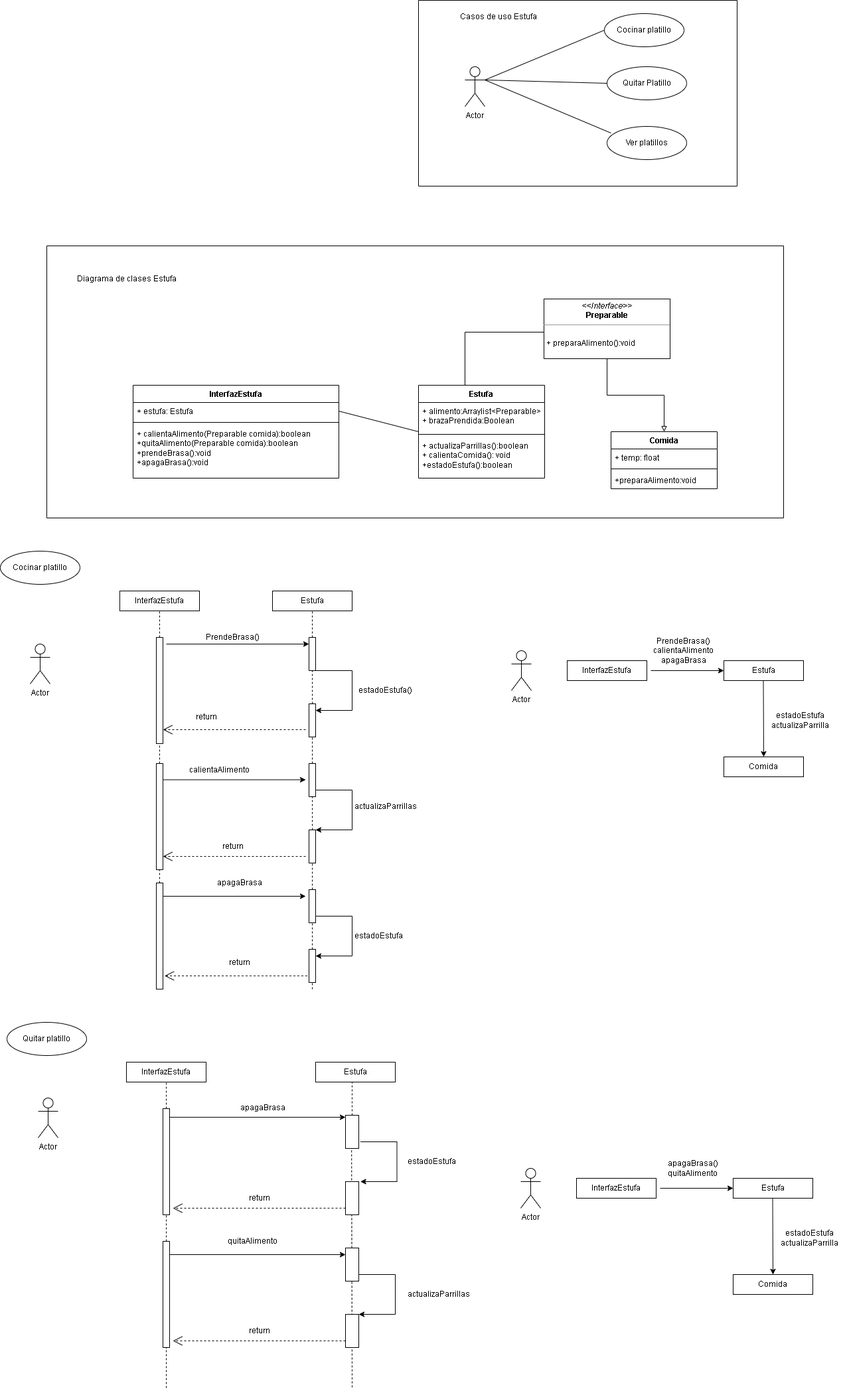
This is practica2/DiagramasEstufa.png from demian35/PracticasModelado, a draw.io export, as it was before one commit. Source tidied: cells renumbered, new cells last; positions are measured from the earlier drawing's top-left corner, leaving out a move shared by most shapes.
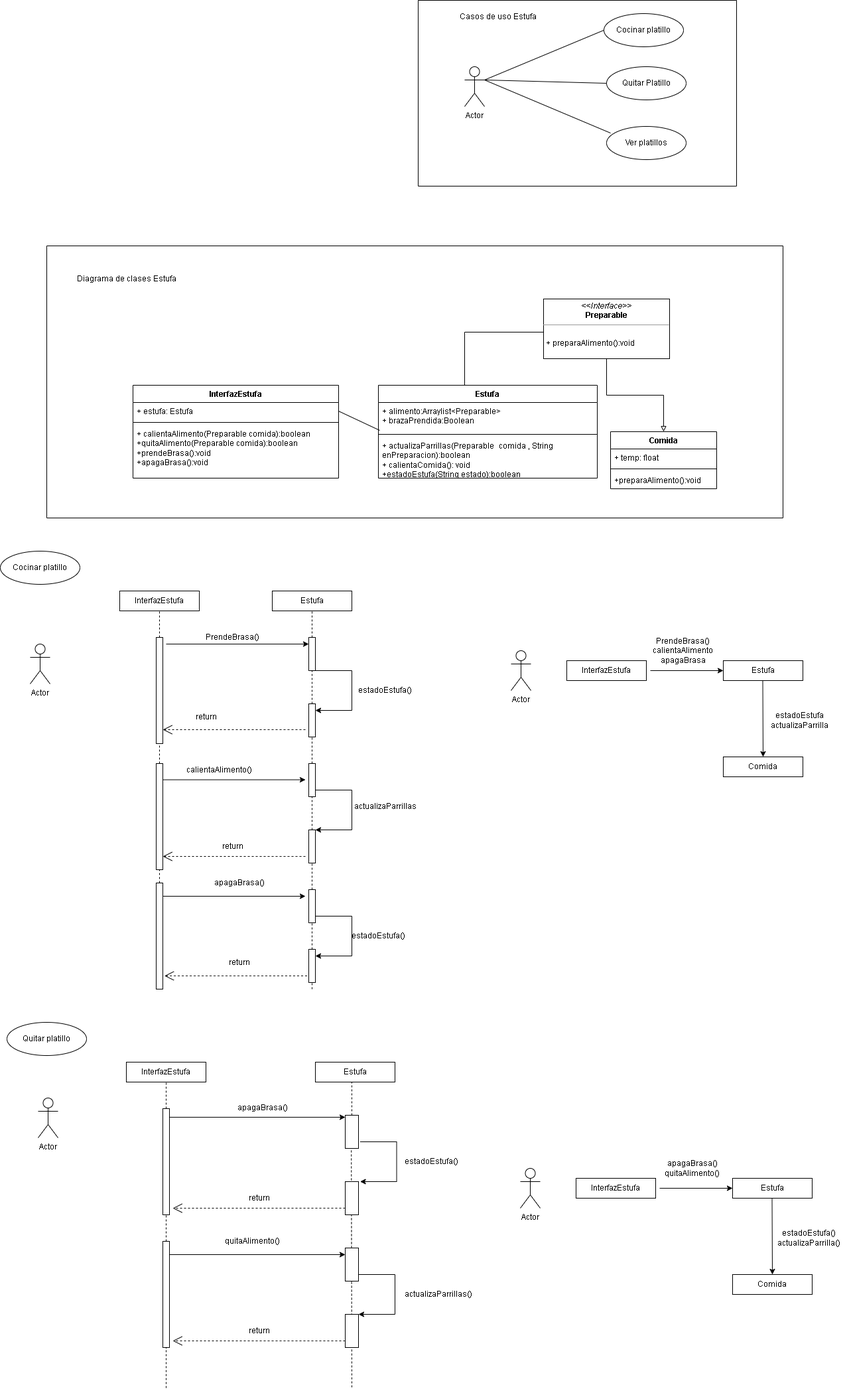
Later version of the same file.

Commit message:
diagramas uml de la estufa

Diff of the diagram source:
```diff
@@ -53,16 +53,16 @@
       </mxGeometry>
     </mxCell>
     <mxCell id="14" value="Estufa&lt;br&gt;" style="swimlane;fontStyle=1;align=center;verticalAlign=top;horizontal=1;startSize=26;whiteSpace=wrap;html=1;" parent="1" vertex="1">
-      <mxGeometry x="630" y="580" width="190" height="140" as="geometry" />
+      <mxGeometry x="570" y="580" width="330" height="140" as="geometry" />
     </mxCell>
     <mxCell id="15" value="+ alimento:Arraylist&amp;lt;Preparable&amp;gt;&lt;br&gt;+ brazaPrendida:Boolean" style="text;strokeColor=none;fillColor=none;align=left;verticalAlign=top;spacingLeft=4;spacingRight=4;overflow=hidden;points=[[0,0.5],[1,0.5]];portConstraint=eastwest;whiteSpace=wrap;html=1;" parent="14" vertex="1">
-      <mxGeometry y="26" width="190" height="44" as="geometry" />
+      <mxGeometry y="26" width="330" height="44" as="geometry" />
     </mxCell>
     <mxCell id="16" style="line;strokeWidth=1;fillColor=none;align=left;verticalAlign=middle;spacingTop=-1;spacingLeft=3;spacingRight=3;labelPosition=right;strokeColor=inherit;" parent="14" vertex="1">
-      <mxGeometry y="70" width="190" height="8" as="geometry" />
+      <mxGeometry y="70" width="330" height="8" as="geometry" />
     </mxCell>
-    <mxCell id="17" value="+ actualizaParrillas():boolean&lt;br&gt;+ calientaComida(): void&lt;br&gt;+estadoEstufa():boolean" style="text;strokeColor=none;fillColor=none;align=left;verticalAlign=top;spacingLeft=4;spacingRight=4;overflow=hidden;whiteSpace=wrap;html=1;" parent="14" vertex="1">
-      <mxGeometry y="78" width="190" height="62" as="geometry" />
+    <mxCell id="17" value="+ actualizaParrillas(Preparable&lt;span style=&quot;font-family: ui-monospace, SFMono-Regular, &amp;quot;SF Mono&amp;quot;, Menlo, Consolas, &amp;quot;Liberation Mono&amp;quot;, monospace;&quot;&gt; &lt;/span&gt;&lt;span style=&quot;box-sizing: border-box;&quot; class=&quot;pl-s1&quot;&gt;comida&lt;/span&gt; , &lt;span style=&quot;box-sizing: border-box;&quot; class=&quot;pl-smi&quot;&gt;String&lt;/span&gt; &lt;span style=&quot;box-sizing: border-box;&quot; class=&quot;pl-s1&quot;&gt;enPreparacion&lt;/span&gt;):boolean&lt;br&gt;+ calientaComida(): void&lt;br&gt;+estadoEstufa(String estado):boolean" style="text;strokeColor=none;fillColor=none;align=left;verticalAlign=top;spacingLeft=4;spacingRight=4;overflow=hidden;whiteSpace=wrap;html=1;" parent="14" vertex="1">
+      <mxGeometry y="78" width="330" height="62" as="geometry" />
     </mxCell>
     <mxCell id="18" value="Comida" style="swimlane;fontStyle=1;align=center;verticalAlign=top;horizontal=1;startSize=26;whiteSpace=wrap;html=1;" parent="1" vertex="1">
       <mxGeometry x="920" y="650" width="160" height="86" as="geometry" />
@@ -73,13 +73,11 @@
     <mxCell id="20" style="line;strokeWidth=1;fillColor=none;align=left;verticalAlign=middle;spacingTop=-1;spacingLeft=3;spacingRight=3;labelPosition=right;strokeColor=inherit;" parent="18" vertex="1">
       <mxGeometry y="52" width="160" height="8" as="geometry" />
     </mxCell>
-    <mxCell id="21" value="+preparaAlimento:void" style="text;strokeColor=none;fillColor=none;align=left;verticalAlign=top;spacingLeft=4;spacingRight=4;overflow=hidden;whiteSpace=wrap;html=1;" parent="18" vertex="1">
+    <mxCell id="21" value="+preparaAlimento():void" style="text;strokeColor=none;fillColor=none;align=left;verticalAlign=top;spacingLeft=4;spacingRight=4;overflow=hidden;whiteSpace=wrap;html=1;" parent="18" vertex="1">
       <mxGeometry y="60" width="160" height="26" as="geometry" />
     </mxCell>
-    <mxCell id="22" style="endArrow=none;html=1;rounded=0;exitX=1;exitY=0.5;exitDx=0;exitDy=0;" parent="1" edge="1" source="24">
-      <mxGeometry relative="1" as="geometry">
-        <mxPoint x="630" y="650" as="targetPoint" />
-      </mxGeometry>
+    <mxCell id="22" style="endArrow=none;html=1;rounded=0;exitX=1;exitY=0.5;exitDx=0;exitDy=0;entryX=0.006;entryY=0.955;entryDx=0;entryDy=0;entryPerimeter=0;" parent="1" edge="1" source="24" target="15">
+      <mxGeometry relative="1" as="geometry" />
     </mxCell>
     <mxCell id="23" value="InterfazEstufa" style="swimlane;fontStyle=1;align=center;verticalAlign=top;horizontal=1;startSize=26;whiteSpace=wrap;html=1;" parent="1" vertex="1">
       <mxGeometry x="200" y="580" width="310" height="140" as="geometry" />
@@ -186,8 +184,8 @@
         <mxPoint x="460" y="1174.5" as="targetPoint" />
       </mxGeometry>
     </mxCell>
-    <mxCell id="53" value="calientaAlimento" style="text;html=1;align=center;verticalAlign=middle;strokeColor=none;fillColor=none;" parent="1" vertex="1">
-      <mxGeometry x="275" y="1145" width="110" height="30" as="geometry" />
+    <mxCell id="53" value="calientaAlimento()" style="text;html=1;align=center;verticalAlign=middle;strokeColor=none;fillColor=none;" parent="1" vertex="1">
+      <mxGeometry x="270" y="1145" width="120" height="30" as="geometry" />
     </mxCell>
     <mxCell id="54" style="endArrow=open;endFill=1;endSize=12;html=1;rounded=0;dashed=1;" parent="1" edge="1">
       <mxGeometry relative="1" as="geometry">
@@ -239,8 +237,8 @@
         <mxPoint x="460" y="1350" as="targetPoint" />
       </mxGeometry>
     </mxCell>
-    <mxCell id="65" value="apagaBrasa" style="text;html=1;align=center;verticalAlign=middle;strokeColor=none;fillColor=none;" parent="1" vertex="1">
-      <mxGeometry x="315" y="1315" width="90" height="30" as="geometry" />
+    <mxCell id="65" value="apagaBrasa()" style="text;html=1;align=center;verticalAlign=middle;strokeColor=none;fillColor=none;" parent="1" vertex="1">
+      <mxGeometry x="310" y="1315" width="100" height="30" as="geometry" />
     </mxCell>
     <mxCell id="66" style="endArrow=open;endFill=1;endSize=12;html=1;rounded=0;dashed=1;" parent="1" edge="1">
       <mxGeometry relative="1" as="geometry">
@@ -261,7 +259,7 @@
         </Array>
       </mxGeometry>
     </mxCell>
-    <mxCell id="69" value="estadoEstufa" style="text;html=1;align=center;verticalAlign=middle;strokeColor=none;fillColor=none;" parent="1" vertex="1">
+    <mxCell id="69" value="estadoEstufa()" style="text;html=1;align=center;verticalAlign=middle;strokeColor=none;fillColor=none;" parent="1" vertex="1">
       <mxGeometry x="520" y="1395" width="100" height="30" as="geometry" />
     </mxCell>
     <mxCell id="70" value="Actor" style="shape=umlActor;verticalLabelPosition=bottom;verticalAlign=top;html=1;" parent="1" vertex="1">
@@ -321,8 +319,8 @@
         <mxPoint x="255" y="1683" as="sourcePoint" />
       </mxGeometry>
     </mxCell>
-    <mxCell id="86" value="apagaBrasa" style="text;html=1;align=center;verticalAlign=middle;strokeColor=none;fillColor=none;" parent="1" vertex="1">
-      <mxGeometry x="350" y="1654" width="90" height="30" as="geometry" />
+    <mxCell id="86" value="apagaBrasa()" style="text;html=1;align=center;verticalAlign=middle;strokeColor=none;fillColor=none;" parent="1" vertex="1">
+      <mxGeometry x="345" y="1654" width="100" height="30" as="geometry" />
     </mxCell>
     <mxCell id="87" style="endArrow=none;dashed=1;html=1;rounded=0;startArrow=none;entryX=0.458;entryY=1;entryDx=0;entryDy=0;entryPerimeter=0;" parent="1" edge="1" source="89" target="81">
       <mxGeometry relative="1" as="geometry" />
@@ -346,7 +344,7 @@
     <mxCell id="92" value="return" style="text;html=1;align=center;verticalAlign=middle;strokeColor=none;fillColor=none;" parent="1" vertex="1">
       <mxGeometry x="360" y="1790" width="60" height="30" as="geometry" />
     </mxCell>
-    <mxCell id="93" value="estadoEstufa" style="text;html=1;align=center;verticalAlign=middle;strokeColor=none;fillColor=none;" parent="1" vertex="1">
+    <mxCell id="93" value="estadoEstufa()" style="text;html=1;align=center;verticalAlign=middle;strokeColor=none;fillColor=none;" parent="1" vertex="1">
       <mxGeometry x="600" y="1735" width="100" height="30" as="geometry" />
     </mxCell>
     <mxCell id="94" style="endArrow=classic;html=1;rounded=0;" parent="1" edge="1">
@@ -379,8 +377,8 @@
     <mxCell id="99" style="html=1;perimeter=orthogonalPerimeter;targetShapes=umlLifeline;newEdgeStyle={&quot;edgeStyle&quot;:&quot;elbowEdgeStyle&quot;,&quot;elbow&quot;:&quot;vertical&quot;,&quot;curved&quot;:0,&quot;rounded&quot;:0};" parent="1" vertex="1">
       <mxGeometry x="520" y="1980" width="20" height="50" as="geometry" />
     </mxCell>
-    <mxCell id="100" value="quitaAlimento" style="text;html=1;align=center;verticalAlign=middle;strokeColor=none;fillColor=none;" parent="1" vertex="1">
-      <mxGeometry x="330" y="1855" width="100" height="30" as="geometry" />
+    <mxCell id="100" value="quitaAlimento()" style="text;html=1;align=center;verticalAlign=middle;strokeColor=none;fillColor=none;" parent="1" vertex="1">
+      <mxGeometry x="325" y="1855" width="110" height="30" as="geometry" />
     </mxCell>
     <mxCell id="101" style="endArrow=open;endFill=1;endSize=12;html=1;rounded=0;dashed=1;entryX=1.5;entryY=0.938;entryDx=0;entryDy=0;entryPerimeter=0;" parent="1" edge="1">
       <mxGeometry relative="1" as="geometry">
@@ -401,8 +399,8 @@
         </Array>
       </mxGeometry>
     </mxCell>
-    <mxCell id="104" value="actualizaParrillas" style="text;html=1;align=center;verticalAlign=middle;strokeColor=none;fillColor=none;" parent="1" vertex="1">
-      <mxGeometry x="600" y="1935" width="120" height="30" as="geometry" />
+    <mxCell id="104" value="actualizaParrillas()" style="text;html=1;align=center;verticalAlign=middle;strokeColor=none;fillColor=none;" parent="1" vertex="1">
+      <mxGeometry x="595" y="1935" width="130" height="30" as="geometry" />
     </mxCell>
     <mxCell id="105" value="Actor" style="shape=umlActor;verticalLabelPosition=bottom;verticalAlign=top;html=1;" parent="1" vertex="1">
       <mxGeometry x="784" y="1760" width="30" height="60" as="geometry" />
@@ -422,16 +420,16 @@
         <mxPoint x="1104" y="1790" as="targetPoint" />
       </mxGeometry>
     </mxCell>
-    <mxCell id="110" value="apagaBrasa()&lt;br&gt;quitaAlimento" style="text;html=1;align=center;verticalAlign=middle;strokeColor=none;fillColor=none;" parent="1" vertex="1">
-      <mxGeometry x="993" y="1740" width="100" height="40" as="geometry" />
+    <mxCell id="110" value="apagaBrasa()&lt;br&gt;quitaAlimento()" style="text;html=1;align=center;verticalAlign=middle;strokeColor=none;fillColor=none;" parent="1" vertex="1">
+      <mxGeometry x="988" y="1740" width="110" height="40" as="geometry" />
     </mxCell>
     <mxCell id="111" style="endArrow=classic;html=1;rounded=0;entryX=0.5;entryY=0;entryDx=0;entryDy=0;" parent="1" edge="1" target="108">
       <mxGeometry relative="1" as="geometry">
         <mxPoint x="1163.5" y="1805" as="sourcePoint" />
       </mxGeometry>
     </mxCell>
-    <mxCell id="112" value="estadoEstufa&lt;br&gt;actualizaParrilla&lt;br&gt;" style="text;html=1;align=center;verticalAlign=middle;strokeColor=none;fillColor=none;" parent="1" vertex="1">
-      <mxGeometry x="1164" y="1845" width="110" height="40" as="geometry" />
+    <mxCell id="112" value="estadoEstufa()&lt;br&gt;actualizaParrilla()" style="text;html=1;align=center;verticalAlign=middle;strokeColor=none;fillColor=none;" parent="1" vertex="1">
+      <mxGeometry x="1159" y="1845" width="120" height="40" as="geometry" />
     </mxCell>
   </root>
 </mxGraphModel>
```
